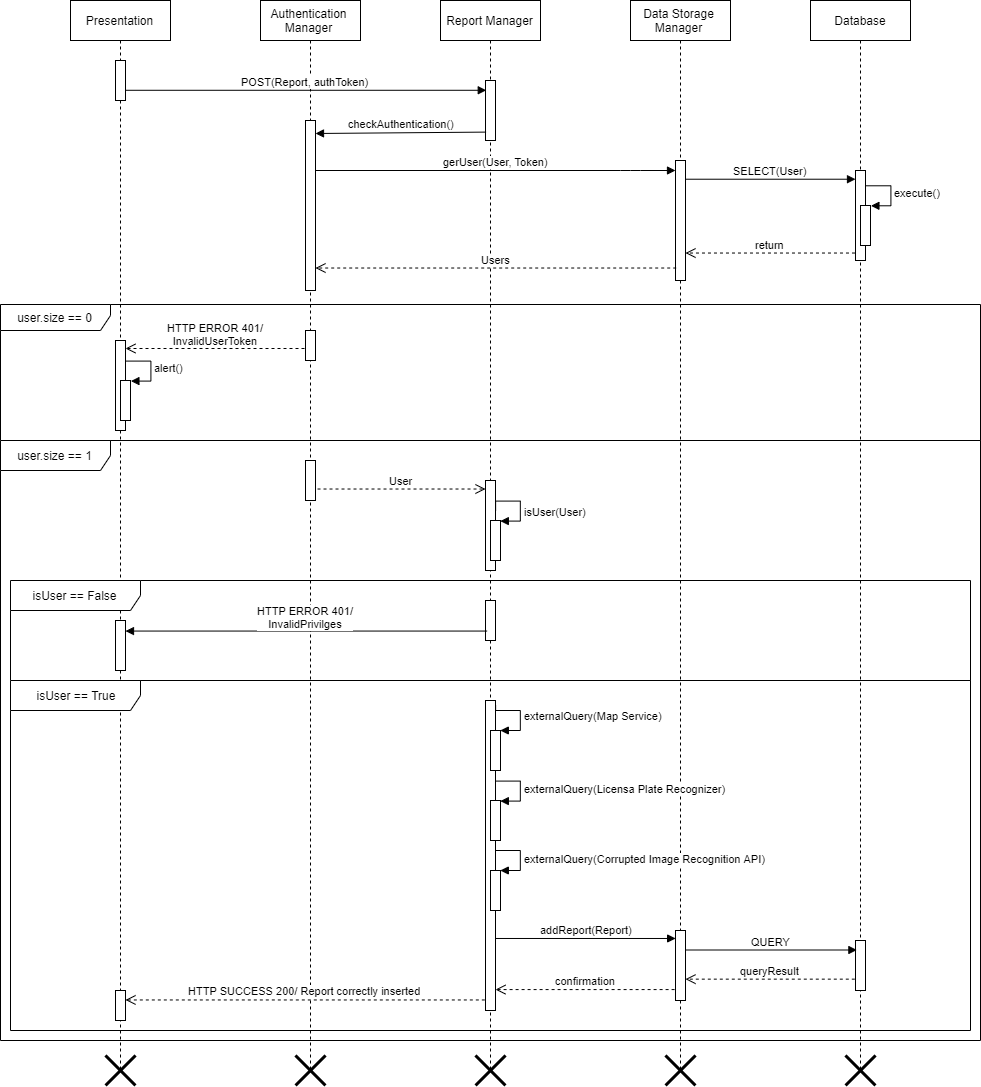
Above: DD/latex/Images/Seq_sendReport.png in manuelsalamino/SoftwareEngineering2-Project (draw.io), before the change. Source tidied: cells renumbered, new cells last; positions are measured from the earlier drawing's top-left corner, leaving out a move shared by most shapes.
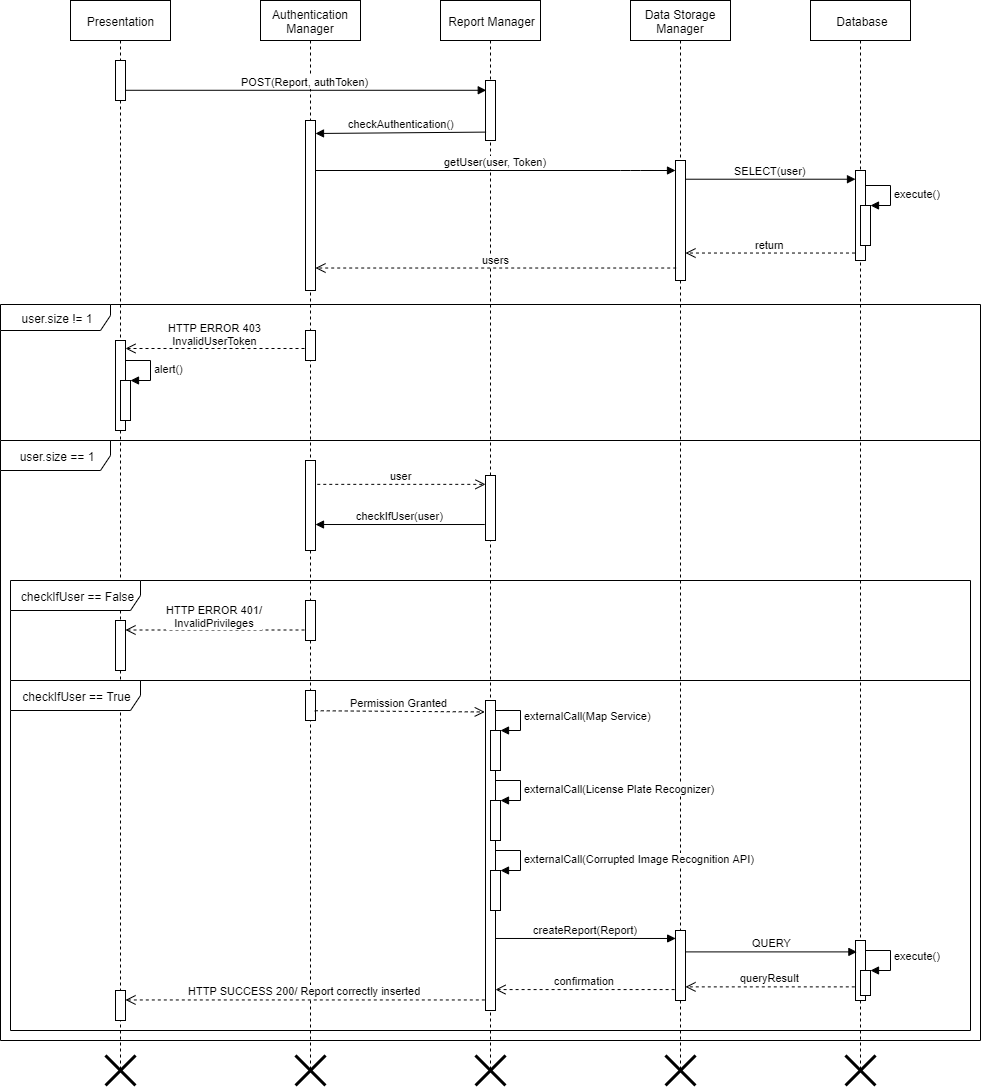
Later version of the same file.

What changed in the source:
```diff
@@ -66,23 +66,23 @@
     <mxCell id="20" style="shape=umlDestroy;whiteSpace=wrap;html=1;strokeWidth=3;" parent="16" vertex="1">
       <mxGeometry x="35" y="1055" width="30" height="30" as="geometry" />
     </mxCell>
-    <mxCell id="21" value="gerUser(User, Token)" style="html=1;verticalAlign=bottom;endArrow=block;" parent="1" edge="1" source="6" target="14">
+    <mxCell id="21" value="getUser(user, Token)" style="html=1;verticalAlign=bottom;endArrow=block;" parent="1" edge="1" source="6" target="14">
       <mxGeometry relative="1" as="geometry">
         <Array as="points">
           <mxPoint x="630" y="170" />
         </Array>
       </mxGeometry>
     </mxCell>
-    <mxCell id="22" value="SELECT(User)" style="html=1;verticalAlign=bottom;endArrow=block;exitX=0.984;exitY=0.156;exitDx=0;exitDy=0;exitPerimeter=0;" parent="1" edge="1" source="14" target="17">
+    <mxCell id="22" value="SELECT(user)" style="html=1;verticalAlign=bottom;endArrow=block;exitX=0.984;exitY=0.156;exitDx=0;exitDy=0;exitPerimeter=0;" parent="1" edge="1" source="14" target="17">
       <mxGeometry relative="1" as="geometry" />
     </mxCell>
     <mxCell id="23" value="return" style="html=1;verticalAlign=bottom;endArrow=open;dashed=1;endSize=8;exitX=-0.052;exitY=0.917;exitDx=0;exitDy=0;exitPerimeter=0;" parent="1" edge="1" source="17" target="14">
       <mxGeometry relative="1" as="geometry" />
     </mxCell>
-    <mxCell id="24" value="Users" style="html=1;verticalAlign=bottom;endArrow=open;dashed=1;endSize=8;exitX=0.07;exitY=0.896;exitDx=0;exitDy=0;exitPerimeter=0;" parent="1" edge="1" source="14" target="6">
+    <mxCell id="24" value="users" style="html=1;verticalAlign=bottom;endArrow=open;dashed=1;endSize=8;exitX=0.07;exitY=0.896;exitDx=0;exitDy=0;exitPerimeter=0;" parent="1" edge="1" source="14" target="6">
       <mxGeometry relative="1" as="geometry" />
     </mxCell>
-    <mxCell id="25" value="user.size == 0" style="shape=umlFrame;whiteSpace=wrap;html=1;width=110;height=26;" parent="1" vertex="1">
+    <mxCell id="25" value="user.size != 1" style="shape=umlFrame;whiteSpace=wrap;html=1;width=110;height=26;" parent="1" vertex="1">
       <mxGeometry y="304" width="980" height="136" as="geometry" />
     </mxCell>
     <mxCell id="26" style="html=1;perimeter=orthogonalPerimeter;" parent="1" vertex="1">
@@ -91,7 +91,7 @@
     <mxCell id="27" style="html=1;points=[];perimeter=orthogonalPerimeter;" parent="1" vertex="1">
       <mxGeometry x="115" y="340" width="10" height="90" as="geometry" />
     </mxCell>
-    <mxCell id="28" value="HTTP ERROR 401/&lt;br&gt;InvalidUserToken" style="html=1;verticalAlign=bottom;endArrow=open;dashed=1;endSize=8;" parent="1" edge="1" target="27">
+    <mxCell id="28" value="HTTP ERROR 403&lt;br&gt;InvalidUserToken" style="html=1;verticalAlign=bottom;endArrow=open;dashed=1;endSize=8;" parent="1" edge="1" target="27">
       <mxGeometry relative="1" as="geometry">
         <mxPoint x="304" y="348" as="sourcePoint" />
       </mxGeometry>
@@ -111,40 +111,24 @@
       <mxGeometry y="440" width="980" height="600" as="geometry" />
     </mxCell>
     <mxCell id="32" style="html=1;points=[];perimeter=orthogonalPerimeter;" parent="1" vertex="1">
-      <mxGeometry x="305" y="460" width="10" height="40" as="geometry" />
+      <mxGeometry x="305" y="460" width="10" height="90" as="geometry" />
     </mxCell>
     <mxCell id="33" style="html=1;points=[];perimeter=orthogonalPerimeter;" parent="1" vertex="1">
-      <mxGeometry x="485" y="480" width="10" height="90" as="geometry" />
+      <mxGeometry x="485" y="475" width="10" height="65" as="geometry" />
     </mxCell>
-    <mxCell id="34" style="html=1;points=[];perimeter=orthogonalPerimeter;" parent="1" vertex="1">
-      <mxGeometry x="490" y="520" width="10" height="40" as="geometry" />
-    </mxCell>
-    <mxCell id="35" value="isUser(User)" style="edgeStyle=orthogonalEdgeStyle;html=1;align=left;spacingLeft=2;endArrow=block;rounded=0;entryX=1;entryY=0;" parent="1" edge="1" target="34">
-      <mxGeometry x="0.2" relative="1" as="geometry">
-        <mxPoint x="495" y="510" as="sourcePoint" />
-        <Array as="points">
-          <mxPoint x="495" y="500" />
-          <mxPoint x="520" y="500" />
-          <mxPoint x="520" y="520" />
-        </Array>
-      </mxGeometry>
-    </mxCell>
-    <mxCell id="36" value="User" style="html=1;verticalAlign=bottom;endArrow=open;dashed=1;endSize=8;exitX=1.201;exitY=0.713;exitDx=0;exitDy=0;exitPerimeter=0;" parent="1" edge="1" source="32" target="33">
+    <mxCell id="36" value="user" style="html=1;verticalAlign=bottom;endArrow=open;dashed=1;endSize=8;exitX=1.176;exitY=0.265;exitDx=0;exitDy=0;exitPerimeter=0;" parent="1" edge="1" source="32" target="33">
       <mxGeometry relative="1" as="geometry" />
     </mxCell>
-    <mxCell id="37" value="isUser == False" style="shape=umlFrame;whiteSpace=wrap;html=1;width=130;height=30;" parent="1" vertex="1">
+    <mxCell id="37" value="checkIfUser == False" style="shape=umlFrame;whiteSpace=wrap;html=1;width=130;height=30;" parent="1" vertex="1">
       <mxGeometry x="10" y="580" width="960" height="100" as="geometry" />
     </mxCell>
     <mxCell id="38" style="html=1;points=[];perimeter=orthogonalPerimeter;" parent="1" vertex="1">
-      <mxGeometry x="485" y="600" width="10" height="40" as="geometry" />
+      <mxGeometry x="305" y="600" width="10" height="40" as="geometry" />
     </mxCell>
     <mxCell id="39" style="html=1;points=[];perimeter=orthogonalPerimeter;" parent="1" vertex="1">
       <mxGeometry x="115" y="620" width="10" height="50" as="geometry" />
     </mxCell>
-    <mxCell id="40" value="HTTP ERROR 401/&lt;br&gt;InvalidPrivilges" style="html=1;verticalAlign=bottom;endArrow=block;exitX=0.159;exitY=0.764;exitDx=0;exitDy=0;exitPerimeter=0;" parent="1" edge="1" source="38" target="39">
-      <mxGeometry relative="1" as="geometry" />
-    </mxCell>
-    <mxCell id="41" value="isUser == True" style="shape=umlFrame;whiteSpace=wrap;html=1;width=130;height=30;" parent="1" vertex="1">
+    <mxCell id="41" value="checkIfUser == True" style="shape=umlFrame;whiteSpace=wrap;html=1;width=130;height=30;" parent="1" vertex="1">
       <mxGeometry x="10" y="680" width="960" height="350" as="geometry" />
     </mxCell>
     <mxCell id="42" style="html=1;points=[];perimeter=orthogonalPerimeter;" parent="1" vertex="1">
@@ -154,9 +138,9 @@
       <mxGeometry x="675" y="930" width="10" height="70" as="geometry" />
     </mxCell>
     <mxCell id="44" style="html=1;points=[];perimeter=orthogonalPerimeter;" parent="1" vertex="1">
-      <mxGeometry x="855" y="940" width="10" height="50" as="geometry" />
+      <mxGeometry x="855" y="940" width="10" height="60" as="geometry" />
     </mxCell>
-    <mxCell id="45" value="addReport(Report)" style="html=1;verticalAlign=bottom;endArrow=block;entryX=0.013;entryY=0.114;entryDx=0;entryDy=0;entryPerimeter=0;" parent="1" edge="1" source="42" target="43">
+    <mxCell id="45" value="createReport(Report)" style="html=1;verticalAlign=bottom;endArrow=block;entryX=0.013;entryY=0.114;entryDx=0;entryDy=0;entryPerimeter=0;" parent="1" edge="1" source="42" target="43">
       <mxGeometry relative="1" as="geometry" />
     </mxCell>
     <mxCell id="46" value="QUERY" style="html=1;verticalAlign=bottom;endArrow=block;entryX=0.138;entryY=0.19;entryDx=0;entryDy=0;entryPerimeter=0;" parent="1" edge="1" source="43" target="44">
@@ -171,7 +155,7 @@
     <mxCell id="49" style="html=1;points=[];perimeter=orthogonalPerimeter;" parent="1" vertex="1">
       <mxGeometry x="490" y="730" width="10" height="40" as="geometry" />
     </mxCell>
-    <mxCell id="50" value="externalQuery(Map Service)" style="edgeStyle=orthogonalEdgeStyle;html=1;align=left;spacingLeft=2;endArrow=block;rounded=0;entryX=1;entryY=0;" parent="1" edge="1" target="49">
+    <mxCell id="50" value="externalCall(Map Service)" style="edgeStyle=orthogonalEdgeStyle;html=1;align=left;spacingLeft=2;endArrow=block;rounded=0;entryX=1;entryY=0;" parent="1" edge="1" target="49">
       <mxGeometry relative="1" as="geometry">
         <mxPoint x="495" y="705" as="sourcePoint" />
         <Array as="points">
@@ -184,7 +168,7 @@
     <mxCell id="51" style="html=1;points=[];perimeter=orthogonalPerimeter;" parent="1" vertex="1">
       <mxGeometry x="490" y="800" width="10" height="40" as="geometry" />
     </mxCell>
-    <mxCell id="52" value="externalQuery(Licensa Plate Recognizer)" style="edgeStyle=orthogonalEdgeStyle;html=1;align=left;spacingLeft=2;endArrow=block;rounded=0;entryX=1;entryY=0;" parent="1" edge="1" target="51">
+    <mxCell id="52" value="externalCall(License Plate Recognizer)" style="edgeStyle=orthogonalEdgeStyle;html=1;align=left;spacingLeft=2;endArrow=block;rounded=0;entryX=1;entryY=0;" parent="1" edge="1" target="51">
       <mxGeometry relative="1" as="geometry">
         <mxPoint x="495" y="780" as="sourcePoint" />
         <Array as="points">
@@ -195,7 +179,7 @@
     <mxCell id="53" style="html=1;points=[];perimeter=orthogonalPerimeter;" parent="1" vertex="1">
       <mxGeometry x="490" y="870" width="10" height="40" as="geometry" />
     </mxCell>
-    <mxCell id="54" value="externalQuery(Corrupted Image Recognition API)" style="edgeStyle=orthogonalEdgeStyle;html=1;align=left;spacingLeft=2;endArrow=block;rounded=0;entryX=1;entryY=0;" parent="1" edge="1" target="53">
+    <mxCell id="54" value="externalCall(Corrupted Image Recognition API)" style="edgeStyle=orthogonalEdgeStyle;html=1;align=left;spacingLeft=2;endArrow=block;rounded=0;entryX=1;entryY=0;" parent="1" edge="1" target="53">
       <mxGeometry relative="1" as="geometry">
         <mxPoint x="495" y="850" as="sourcePoint" />
         <Array as="points">
@@ -209,5 +193,33 @@
     <mxCell id="56" value="HTTP SUCCESS 200/ Report correctly inserted" style="html=1;verticalAlign=bottom;endArrow=open;dashed=1;endSize=8;exitX=-0.068;exitY=0.966;exitDx=0;exitDy=0;exitPerimeter=0;" parent="1" edge="1" source="42" target="55">
       <mxGeometry relative="1" as="geometry" />
     </mxCell>
+    <mxCell id="57" value="checkIfUser(user)" style="html=1;verticalAlign=bottom;endArrow=block;exitX=-0.074;exitY=0.754;exitDx=0;exitDy=0;exitPerimeter=0;" parent="1" edge="1" source="33" target="32">
+      <mxGeometry relative="1" as="geometry" />
+    </mxCell>
+    <mxCell id="58" style="html=1;points=[];perimeter=orthogonalPerimeter;" parent="1" vertex="1">
+      <mxGeometry x="305" y="690" width="10" height="30" as="geometry" />
+    </mxCell>
+    <mxCell id="59" value="HTTP ERROR 401/&lt;br&gt;InvalidPrivileges" style="html=1;verticalAlign=bottom;endArrow=open;dashed=1;endSize=8;" parent="1" edge="1">
+      <mxGeometry relative="1" as="geometry">
+        <mxPoint x="304" y="629.5" as="sourcePoint" />
+        <mxPoint x="125" y="629.5" as="targetPoint" />
+      </mxGeometry>
+    </mxCell>
+    <mxCell id="60" value="Permission Granted" style="html=1;verticalAlign=bottom;endArrow=open;dashed=1;endSize=8;entryX=-0.074;entryY=0.037;entryDx=0;entryDy=0;entryPerimeter=0;exitX=0.926;exitY=0.675;exitDx=0;exitDy=0;exitPerimeter=0;" parent="1" edge="1" source="58" target="42">
+      <mxGeometry relative="1" as="geometry" />
+    </mxCell>
+    <mxCell id="61" style="html=1;points=[];perimeter=orthogonalPerimeter;" parent="1" vertex="1">
+      <mxGeometry x="860" y="970" width="10" height="25" as="geometry" />
+    </mxCell>
+    <mxCell id="62" value="execute()" style="edgeStyle=orthogonalEdgeStyle;html=1;align=left;spacingLeft=2;endArrow=block;rounded=0;entryX=1;entryY=0;" parent="1" edge="1" target="61">
+      <mxGeometry relative="1" as="geometry">
+        <mxPoint x="865" y="945" as="sourcePoint" />
+        <Array as="points">
+          <mxPoint x="865" y="950" />
+          <mxPoint x="890" y="950" />
+          <mxPoint x="890" y="970" />
+        </Array>
+      </mxGeometry>
+    </mxCell>
   </root>
 </mxGraphModel>
```
